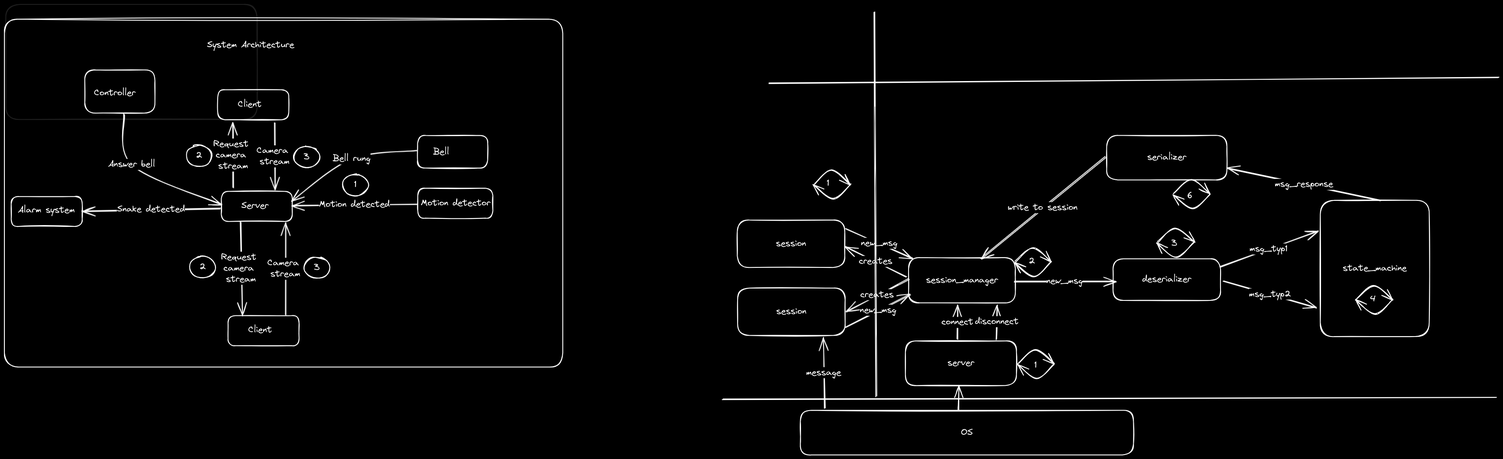
This is architecture.excalidraw.png from balegajay/home_security, a Excalidraw export, as it was before one commit. Source tidied: one line per element, renumbered; positions are measured from the earlier drawing's top-left corner, leaving out a move shared by most shapes.
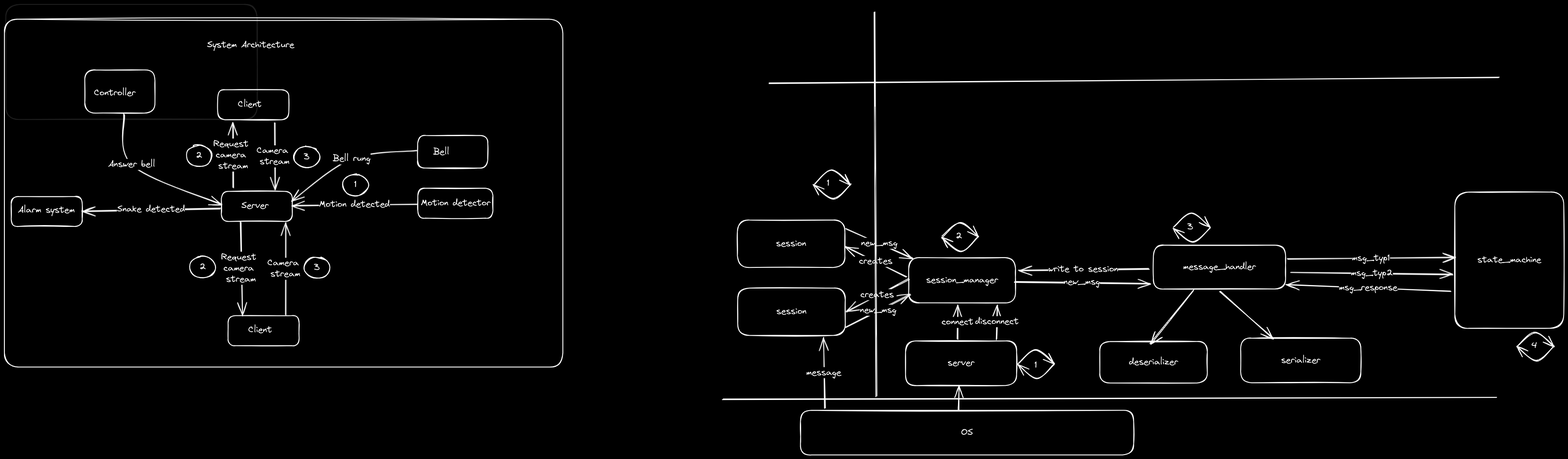
The same diagram one commit later.

Commit message:
add messager_handler module

The edit, as a diff of the source:
```diff
@@ -47,12 +47,8 @@
 {"id": 46, "type": "text", "text": "session_manager", "strokeColor": "#ffffff", "strokeWidth": 2, "roughness": 1, "fontSize": 20, "fontFamily": 1, "textAlign": "center", "verticalAlign": "middle", "inside": 45, "x": 2092, "y": 614, "width": 163, "height": 25}
 {"id": 47, "type": "rectangle", "strokeColor": "#ffffff", "strokeWidth": 2, "roughness": 1, "round": true, "x": 1664, "y": 644, "width": 244, "height": 108}
 {"id": 48, "type": "text", "text": "session", "strokeColor": "#ffffff", "strokeWidth": 2, "roughness": 1, "fontSize": 20, "fontFamily": 1, "textAlign": "center", "verticalAlign": "middle", "inside": 47, "x": 1752, "y": 685, "width": 68, "height": 25}
-{"id": 49, "type": "rectangle", "strokeColor": "#ffffff", "strokeWidth": 2, "roughness": 1, "round": true, "x": 2516, "y": 578, "width": 244, "height": 94}
-{"id": 50, "type": "text", "text": "deserializer", "strokeColor": "#ffffff", "strokeWidth": 2, "roughness": 1, "fontSize": 20, "fontFamily": 1, "textAlign": "center", "verticalAlign": "middle", "inside": 49, "x": 2582, "y": 612, "width": 111, "height": 25}
-{"id": 51, "type": "rectangle", "strokeColor": "#ffffff", "strokeWidth": 2, "roughness": 1, "round": true, "x": 2502, "y": 297, "width": 273, "height": 101}
-{"id": 52, "type": "text", "text": "serializer", "strokeColor": "#ffffff", "strokeWidth": 2, "roughness": 1, "fontSize": 20, "fontFamily": 1, "textAlign": "center", "verticalAlign": "middle", "inside": 51, "x": 2594, "y": 335, "width": 89, "height": 25}
-{"id": 53, "type": "rectangle", "strokeColor": "#ffffff", "strokeWidth": 2, "roughness": 1, "round": true, "x": 2986, "y": 445, "width": 247, "height": 309}
+{"id": 53, "type": "rectangle", "strokeColor": "#ffffff", "strokeWidth": 2, "roughness": 1, "round": true, "x": 3291, "y": 426, "width": 247, "height": 309}
-{"id": 54, "type": "text", "text": "state_machine", "strokeColor": "#ffffff", "strokeWidth": 2, "roughness": 1, "fontSize": 20, "fontFamily": 1, "textAlign": "center", "verticalAlign": "middle", "inside": 53, "x": 3038, "y": 587, "width": 145, "height": 25}
+{"id": 54, "type": "text", "text": "state_machine", "strokeColor": "#ffffff", "strokeWidth": 2, "roughness": 1, "fontSize": 20, "fontFamily": 1, "textAlign": "center", "verticalAlign": "middle", "inside": 53, "x": 3342, "y": 568, "width": 145, "height": 25}
 {"id": 55, "type": "rectangle", "strokeColor": "#ffffff", "strokeWidth": 2, "roughness": 1, "round": true, "x": 1806, "y": 922, "width": 756, "height": 101}
 {"id": 56, "type": "text", "text": "OS", "strokeColor": "#ffffff", "strokeWidth": 2, "roughness": 1, "fontSize": 20, "fontFamily": 1, "textAlign": "center", "verticalAlign": "middle", "inside": 55, "x": 2171, "y": 960, "width": 27, "height": 25}
 {"id": 57, "type": "rectangle", "strokeColor": "#ffffff", "strokeWidth": 2, "roughness": 1, "round": true, "x": 1663, "y": 490, "width": 244, "height": 108}
@@ -73,33 +69,38 @@
 {"id": 72, "type": "text", "text": "new_msg", "strokeColor": "#ffffff", "strokeWidth": 2, "roughness": 1, "fontSize": 20, "fontFamily": 1, "textAlign": "center", "verticalAlign": "middle", "inside": 71, "x": 1943, "y": 550, "width": 83, "height": 25}
 {"id": 73, "type": "arrow", "strokeColor": "#ffffff", "strokeWidth": 2, "roughness": 1, "endArrowhead": "arrow", "round": true, "from": 47, "x": 1909, "y": 731, "width": 148, "height": 73, "points": [[0, 0], [148, -73]]}
 {"id": 74, "type": "text", "text": "new_msg", "strokeColor": "#ffffff", "strokeWidth": 2, "roughness": 1, "fontSize": 20, "fontFamily": 1, "textAlign": "center", "verticalAlign": "middle", "inside": 73, "x": 1942, "y": 682, "width": 83, "height": 25}
-{"id": 75, "type": "arrow", "strokeColor": "#ffffff", "strokeWidth": 2, "roughness": 1, "endArrowhead": "arrow", "round": true, "x": 2291, "y": 629, "width": 230, "height": 1, "points": [[0, 0], [230, -1]]}
+{"id": 75, "type": "arrow", "strokeColor": "#ffffff", "strokeWidth": 2, "roughness": 1, "endArrowhead": "arrow", "round": true, "to": 105, "x": 2291, "y": 629, "width": 307, "height": 3, "points": [[0, 0], [307, 3]]}
 {"id": 76, "type": "text", "text": "new_msg", "strokeColor": "#ffffff", "strokeWidth": 2, "roughness": 1, "fontSize": 20, "fontFamily": 1, "textAlign": "center", "verticalAlign": "middle", "inside": 75, "x": 2365, "y": 616, "width": 83, "height": 25}
-{"id": 77, "type": "arrow", "strokeColor": "#ffffff", "strokeWidth": 2, "roughness": 1, "endArrowhead": "arrow", "round": true, "to": 53, "x": 2758, "y": 597, "width": 221, "height": 82, "points": [[0, 0], [221, -82]]}
+{"id": 77, "type": "arrow", "strokeColor": "#ffffff", "strokeWidth": 2, "roughness": 1, "endArrowhead": "arrow", "round": true, "from": 105, "to": 53, "x": 2911, "y": 579, "width": 379, "height": 5, "points": [[0, 0], [379, -5]]}
 {"id": 78, "type": "text", "text": "msg_typ1", "strokeColor": "#ffffff", "strokeWidth": 2, "roughness": 1, "fontSize": 20, "fontFamily": 1, "textAlign": "center", "verticalAlign": "middle", "inside": 77, "x": 2803, "y": 533, "width": 86, "height": 25}
-{"id": 79, "type": "arrow", "strokeColor": "#ffffff", "strokeWidth": 2, "roughness": 1, "endArrowhead": "arrow", "round": true, "from": 49, "to": 53, "x": 2766, "y": 627, "width": 211, "height": 62, "points": [[0, 0], [211, 62]]}
+{"id": 79, "type": "arrow", "strokeColor": "#ffffff", "strokeWidth": 2, "roughness": 1, "endArrowhead": "arrow", "round": true, "from": 105, "to": 53, "x": 2919, "y": 608, "width": 367, "height": 6, "points": [[0, 0], [367, 6]]}
 {"id": 80, "type": "text", "text": "msg_typ2", "strokeColor": "#ffffff", "strokeWidth": 2, "roughness": 1, "fontSize": 20, "fontFamily": 1, "textAlign": "center", "verticalAlign": "middle", "inside": 79, "x": 2802, "y": 639, "width": 95, "height": 25}
-{"id": 81, "type": "arrow", "strokeColor": "#ffffff", "strokeWidth": 2, "roughness": 1, "endArrowhead": "arrow", "round": true, "from": 53, "to": 51, "x": 3123, "y": 445, "width": 348, "height": 73, "points": [[0, 0], [-348, -73]]}
-{"id": 82, "type": "text", "text": "msg_response", "strokeColor": "#ffffff", "strokeWidth": 2, "roughness": 1, "fontSize": 20, "fontFamily": 1, "textAlign": "center", "verticalAlign": "middle", "inside": 81, "x": 2883, "y": 396, "width": 133, "height": 25}
-{"id": 83, "type": "arrow", "strokeColor": "#ffffff", "strokeWidth": 2, "roughness": 1, "endArrowhead": "arrow", "round": true, "from": 51, "x": 2498, "y": 346, "width": 282, "height": 231, "points": [[0, 0], [-282, 231]]}
+{"id": 83, "type": "arrow", "strokeColor": "#ffffff", "strokeWidth": 2, "roughness": 1, "endArrowhead": "arrow", "round": true, "from": 105, "to": 45, "x": 2596, "y": 600, "width": 295, "height": 4, "points": [[0, 0], [-295, 4]]}
 {"id": 84, "type": "text", "text": "write to session", "strokeColor": "#ffffff", "strokeWidth": 2, "roughness": 1, "fontSize": 20, "fontFamily": 1, "textAlign": "center", "verticalAlign": "middle", "inside": 83, "x": 2277, "y": 449, "width": 158, "height": 25}
 {"id": 85, "type": "arrow", "strokeColor": "#ffffff", "strokeWidth": 2, "roughness": 1, "endArrowhead": "arrow", "round": true, "from": 43, "x": 2301, "y": 815, "width": 83, "height": 32, "points": [[0, 0], [40, -31], [83, 0]]}
 {"id": 86, "type": "arrow", "strokeColor": "#ffffff", "angle": 3.13, "strokeWidth": 2, "roughness": 1, "endArrowhead": "arrow", "round": true, "to": 43, "x": 2300, "y": 848, "width": 83, "height": 32, "points": [[0, 0], [40, -31], [83, 0]]}
+{"id": 89, "type": "text", "text": "1", "strokeColor": "#ffffff", "strokeWidth": 2, "roughness": 1, "fontSize": 20, "fontFamily": 1, "x": 2338, "y": 807, "width": 5, "height": 25}
-{"id": 87, "type": "arrow", "strokeColor": "#ffffff", "strokeWidth": 2, "roughness": 1, "endArrowhead": "arrow", "round": true, "x": 2294, "y": 584, "width": 83, "height": 32, "points": [[0, 0], [40, -31], [83, 0]]}
+{"id": 87, "type": "arrow", "strokeColor": "#ffffff", "strokeWidth": 2, "roughness": 1, "endArrowhead": "arrow", "round": true, "x": 2128, "y": 527, "width": 83, "height": 32, "points": [[0, 0], [40, -31], [83, 0]]}
-{"id": 88, "type": "arrow", "strokeColor": "#ffffff", "angle": 3.13, "strokeWidth": 2, "roughness": 1, "endArrowhead": "arrow", "round": true, "x": 2293, "y": 617, "width": 83, "height": 32, "points": [[0, 0], [40, -31], [83, 0]]}
+{"id": 88, "type": "arrow", "strokeColor": "#ffffff", "angle": 3.13, "strokeWidth": 2, "roughness": 1, "endArrowhead": "arrow", "round": true, "x": 2128, "y": 560, "width": 83, "height": 32, "points": [[0, 0], [40, -31], [83, 0]]}
-{"id": 89, "type": "text", "text": "1", "strokeColor": "#ffffff", "strokeWidth": 2, "roughness": 1, "fontSize": 20, "fontFamily": 1, "x": 2338, "y": 807, "width": 5, "height": 25}
-{"id": 90, "type": "text", "text": "2", "strokeColor": "#ffffff", "strokeWidth": 2, "roughness": 1, "fontSize": 20, "fontFamily": 1, "x": 2324, "y": 571, "width": 14, "height": 25}
+{"id": 90, "type": "text", "text": "2", "strokeColor": "#ffffff", "strokeWidth": 2, "roughness": 1, "fontSize": 20, "fontFamily": 1, "x": 2159, "y": 514, "width": 14, "height": 25}
-{"id": 91, "type": "arrow", "strokeColor": "#ffffff", "strokeWidth": 2, "roughness": 1, "endArrowhead": "arrow", "round": true, "x": 2618, "y": 539, "width": 83, "height": 32, "points": [[0, 0], [40, -31], [83, 0]]}
-{"id": 92, "type": "arrow", "strokeColor": "#ffffff", "angle": 3.13, "strokeWidth": 2, "roughness": 1, "endArrowhead": "arrow", "round": true, "x": 2617, "y": 573, "width": 83, "height": 32, "points": [[0, 0], [40, -31], [83, 0]]}
-{"id": 93, "type": "text", "text": "3", "strokeColor": "#ffffff", "strokeWidth": 2, "roughness": 1, "fontSize": 20, "fontFamily": 1, "x": 2648, "y": 530, "width": 14, "height": 25}
-{"id": 94, "type": "arrow", "strokeColor": "#ffffff", "strokeWidth": 2, "roughness": 1, "endArrowhead": "arrow", "round": true, "x": 3068, "y": 669, "width": 83, "height": 32, "points": [[0, 0], [40, -31], [83, 0]]}
+{"id": 94, "type": "arrow", "strokeColor": "#ffffff", "strokeWidth": 2, "roughness": 1, "endArrowhead": "arrow", "round": true, "x": 3434, "y": 775, "width": 83, "height": 32, "points": [[0, 0], [40, -31], [83, 0]]}
-{"id": 95, "type": "arrow", "strokeColor": "#ffffff", "angle": 3.13, "strokeWidth": 2, "roughness": 1, "endArrowhead": "arrow", "round": true, "x": 3068, "y": 703, "width": 83, "height": 32, "points": [[0, 0], [40, -31], [83, 0]]}
+{"id": 95, "type": "arrow", "strokeColor": "#ffffff", "angle": 3.13, "strokeWidth": 2, "roughness": 1, "endArrowhead": "arrow", "round": true, "x": 3433, "y": 809, "width": 83, "height": 32, "points": [[0, 0], [40, -31], [83, 0]]}
-{"id": 96, "type": "text", "text": "4", "strokeColor": "#ffffff", "strokeWidth": 2, "roughness": 1, "fontSize": 20, "fontFamily": 1, "x": 3100, "y": 657, "width": 13, "height": 25}
+{"id": 96, "type": "text", "text": "4", "strokeColor": "#ffffff", "strokeWidth": 2, "roughness": 1, "fontSize": 20, "fontFamily": 1, "x": 3465, "y": 763, "width": 13, "height": 25}
-{"id": 97, "type": "arrow", "strokeColor": "#ffffff", "strokeWidth": 2, "roughness": 1, "endArrowhead": "arrow", "round": true, "x": 2653, "y": 430, "width": 83, "height": 32, "points": [[0, 0], [40, -31], [83, 0]]}
+{"id": 97, "type": "arrow", "strokeColor": "#ffffff", "strokeWidth": 2, "roughness": 1, "endArrowhead": "arrow", "round": true, "x": 2653, "y": 506, "width": 83, "height": 32, "points": [[0, 0], [40, -31], [83, 0]]}
-{"id": 98, "type": "arrow", "strokeColor": "#ffffff", "angle": 3.13, "strokeWidth": 2, "roughness": 1, "endArrowhead": "arrow", "round": true, "x": 2652, "y": 463, "width": 83, "height": 32, "points": [[0, 0], [40, -31], [83, 0]]}
+{"id": 98, "type": "arrow", "strokeColor": "#ffffff", "angle": 3.13, "strokeWidth": 2, "roughness": 1, "endArrowhead": "arrow", "round": true, "x": 2652, "y": 539, "width": 83, "height": 32, "points": [[0, 0], [40, -31], [83, 0]]}
-{"id": 99, "type": "text", "text": "6", "strokeColor": "#ffffff", "strokeWidth": 2, "roughness": 1, "fontSize": 20, "fontFamily": 1, "x": 2684, "y": 423, "width": 13, "height": 25}
+{"id": 99, "type": "text", "text": "3", "strokeColor": "#ffffff", "strokeWidth": 2, "roughness": 1, "fontSize": 20, "fontFamily": 1, "x": 2684, "y": 493, "width": 14, "height": 25}
 {"id": 100, "type": "arrow", "strokeColor": "#ffffff", "strokeWidth": 2, "roughness": 1, "endArrowhead": "arrow", "round": true, "x": 1838, "y": 408, "width": 83, "height": 32, "points": [[0, 0], [40, -31], [83, 0]]}
 {"id": 101, "type": "arrow", "strokeColor": "#ffffff", "angle": 3.13, "strokeWidth": 2, "roughness": 1, "endArrowhead": "arrow", "round": true, "x": 1837, "y": 441, "width": 83, "height": 32, "points": [[0, 0], [40, -31], [83, 0]]}
 {"id": 102, "type": "text", "text": "1", "strokeColor": "#ffffff", "strokeWidth": 2, "roughness": 1, "fontSize": 20, "fontFamily": 1, "x": 1866, "y": 394, "width": 5, "height": 25}
 {"id": 103, "type": "line", "strokeColor": "#ffffff", "strokeWidth": 2, "roughness": 1, "round": true, "x": 3386, "y": 891, "width": 1755, "height": 5, "points": [[0, 0], [-1755, 5]]}
 {"id": 104, "type": "line", "strokeColor": "#ffffff", "strokeWidth": 2, "roughness": 1, "round": true, "x": 3391, "y": 166, "width": 1657, "height": 12, "points": [[0, 0], [-1657, 12]]}
+{"id": 105, "type": "rectangle", "strokeColor": "#ffffff", "strokeWidth": 2, "roughness": 1, "round": true, "x": 2607, "y": 546, "width": 300, "height": 100}
+{"id": 106, "type": "text", "text": "message_handler", "strokeColor": "#ffffff", "strokeWidth": 2, "roughness": 1, "fontSize": 20, "fontFamily": 1, "textAlign": "center", "verticalAlign": "middle", "inside": 105, "x": 2675, "y": 584, "width": 165, "height": 25}
+{"id": 107, "type": "rectangle", "strokeColor": "#ffffff", "strokeWidth": 2, "roughness": 1, "round": true, "x": 2486, "y": 765, "width": 244, "height": 94}
+{"id": 50, "type": "text", "text": "deserializer", "strokeColor": "#ffffff", "strokeWidth": 2, "roughness": 1, "fontSize": 20, "fontFamily": 1, "textAlign": "center", "verticalAlign": "middle", "inside": 107, "x": 2552, "y": 800, "width": 111, "height": 25}
+{"id": 108, "type": "arrow", "strokeColor": "#ffffff", "strokeWidth": 2, "roughness": 1, "endArrowhead": "arrow", "round": true, "from": 53, "to": 105, "x": 3281, "y": 651, "width": 373, "height": 14, "points": [[0, 0], [-373, -14]]}
+{"id": 82, "type": "text", "text": "msg_response", "strokeColor": "#ffffff", "strokeWidth": 2, "roughness": 1, "fontSize": 20, "fontFamily": 1, "textAlign": "center", "verticalAlign": "middle", "inside": 108, "x": 2761, "y": 752, "width": 133, "height": 25}
+{"id": 109, "type": "rectangle", "strokeColor": "#ffffff", "strokeWidth": 2, "roughness": 1, "round": true, "x": 2805, "y": 758, "width": 273, "height": 101}
+{"id": 52, "type": "text", "text": "serializer", "strokeColor": "#ffffff", "strokeWidth": 2, "roughness": 1, "fontSize": 20, "fontFamily": 1, "textAlign": "center", "verticalAlign": "middle", "inside": 109, "x": 2897, "y": 796, "width": 89, "height": 25}
+{"id": 110, "type": "arrow", "strokeColor": "#ffffff", "strokeWidth": 2, "roughness": 1, "endArrowhead": "arrow", "round": true, "from": 105, "x": 2698, "y": 649, "width": 98, "height": 121, "points": [[0, 0], [-98, 121]]}
+{"id": 111, "type": "arrow", "strokeColor": "#ffffff", "strokeWidth": 2, "roughness": 1, "endArrowhead": "arrow", "round": true, "from": 105, "x": 2758, "y": 652, "width": 122, "height": 107, "points": [[0, 0], [122, 107]]}
```
